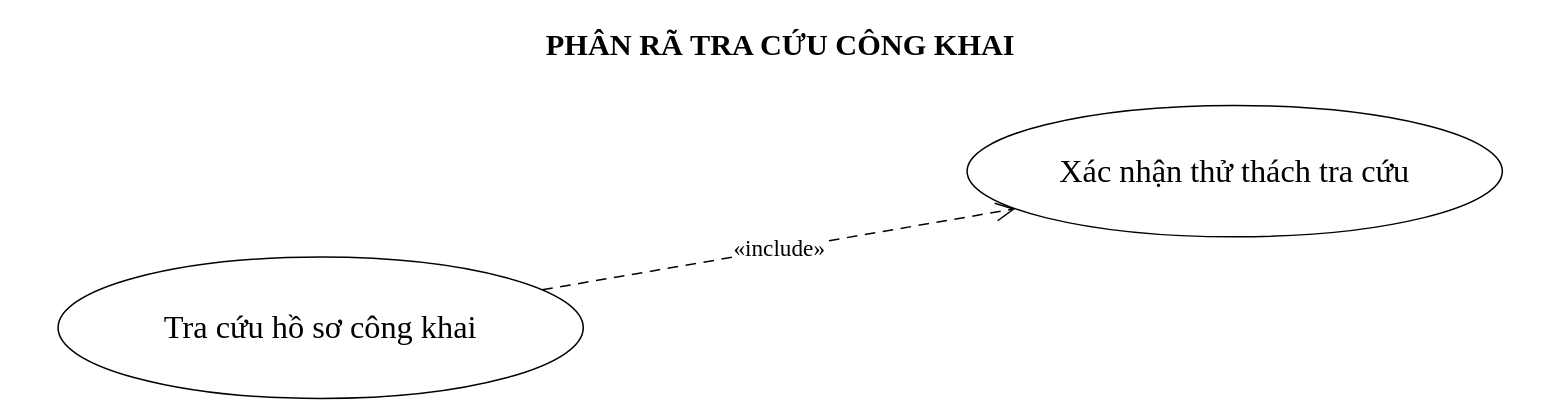
Above: 03_So_do_Drawio/02_Use_Case/Hinh_2_13_Phan_ra_UC09A_Tra_cuu_cong_khai.drawio in truonggiabao24072005-stack/CIV-01-Cong-Mot-Cua (draw.io), before the change. Source tidied: cells renumbered, new cells numbered last; positions are measured from the earlier drawing's top-left corner, leaving out a move shared by most shapes. Both pictures are drawn from the tidied source at 101%, with x=0, y=0 at pixel (17, 17).
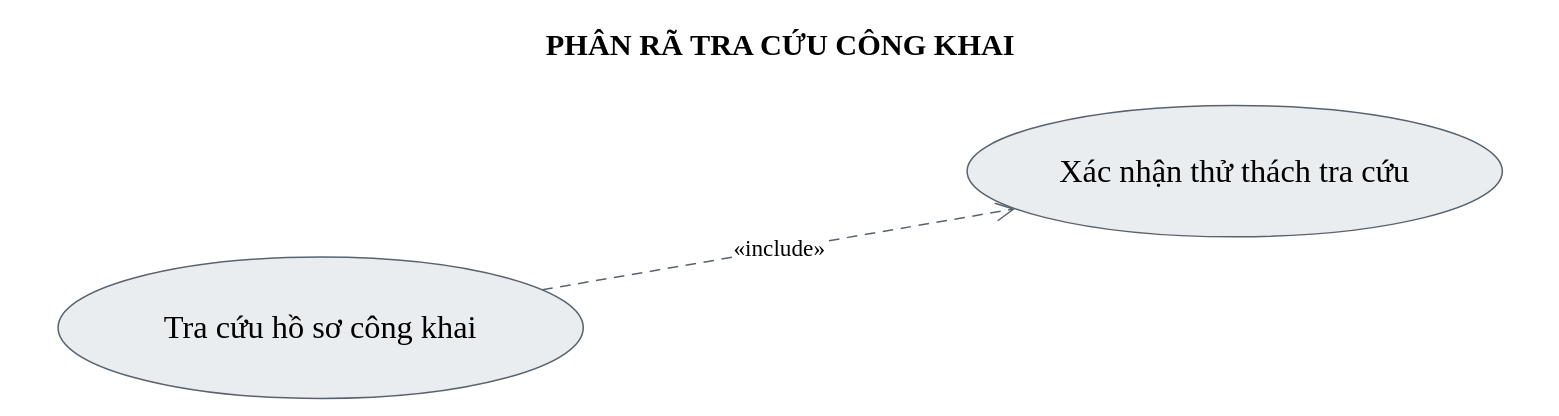
After the change.

Diff of the diagram source:
```diff
@@
 <mxGraphModel>
   <root>
     <mxCell id="0" />
     <mxCell id="1" parent="0" />
     <mxCell id="2" value="PHÂN RÃ TRA CỨU CÔNG KHAI" style="text;html=1;align=center;verticalAlign=middle;fontFamily=Times New Roman;fontSize=30;fontStyle=1;fontColor=#000000;strokeColor=none;fillColor=none;" parent="1" vertex="1">
       <mxGeometry width="1510" height="52" as="geometry" />
     </mxCell>
-    <mxCell id="3" value="&lt;div style=&quot;line-height:1.05;&quot;&gt;Tra cứu hồ sơ công khai&lt;/div&gt;" style="ellipse;whiteSpace=wrap;html=1;spacing=10;fontStyle=0;fillColor=#FFFFFF;strokeColor=#000000;strokeWidth=1.5;fontColor=#000000;fontFamily=Times New Roman;fontSize=32;" parent="1" vertex="1">
+    <mxCell id="3" value="&lt;div style=&quot;line-height:1.05;&quot;&gt;Tra cứu hồ sơ công khai&lt;/div&gt;" style="ellipse;whiteSpace=wrap;html=1;spacing=10;fontStyle=0;fillColor=#E9EDF0;strokeColor=#59636E;strokeWidth=1.5;fontColor=#000000;fontFamily=Times New Roman;fontSize=32;" parent="1" vertex="1">
       <mxGeometry x="40" y="237" width="520" height="140" as="geometry" />
     </mxCell>
-    <mxCell id="4" value="&lt;div style=&quot;line-height:1.05;&quot;&gt;Xác nhận thử thách tra cứu&lt;/div&gt;" style="ellipse;whiteSpace=wrap;html=1;spacing=10;fontStyle=0;fillColor=#FFFFFF;strokeColor=#000000;strokeWidth=1.5;fontColor=#000000;fontFamily=Times New Roman;fontSize=32;" parent="1" vertex="1">
+    <mxCell id="4" value="&lt;div style=&quot;line-height:1.05;&quot;&gt;Xác nhận thử thách tra cứu&lt;/div&gt;" style="ellipse;whiteSpace=wrap;html=1;spacing=10;fontStyle=0;fillColor=#E9EDF0;strokeColor=#59636E;strokeWidth=1.5;fontColor=#000000;fontFamily=Times New Roman;fontSize=32;" parent="1" vertex="1">
       <mxGeometry x="940" y="87" width="530" height="130" as="geometry" />
     </mxCell>
-    <mxCell id="5" value="&lt;div style=&quot;line-height:1.05;&quot;&gt;«include»&lt;/div&gt;" style="html=1;rounded=0;endArrow=open;endSize=16;endFill=0;startArrow=none;dashed=1;dashPattern=7 5;strokeWidth=1.5;strokeColor=#000000;exitX=0.921872;exitY=0.231627;entryX=0.090049;entryY=0.786252;exitPerimeter=0;entryPerimeter=0;labelWidth=110;fontSize=23;fontFamily=Times New Roman;fontColor=#000000;labelBackgroundColor=#FFFFFF;" parent="1" edge="1" source="3" target="4">
+    <mxCell id="5" value="&lt;div style=&quot;line-height:1.05;&quot;&gt;«include»&lt;/div&gt;" style="html=1;rounded=0;endArrow=open;endSize=16;endFill=0;startArrow=none;dashed=1;dashPattern=7 5;strokeWidth=1.5;strokeColor=#59636E;exitX=0.921872;exitY=0.231627;entryX=0.090049;entryY=0.786252;exitPerimeter=0;entryPerimeter=0;labelWidth=110;fontSize=23;fontFamily=Times New Roman;fontColor=#000000;labelBackgroundColor=#FFFFFF;" parent="1" edge="1" source="3" target="4">
       <mxGeometry relative="1" as="geometry" />
     </mxCell>
   </root>
 </mxGraphModel>
```
